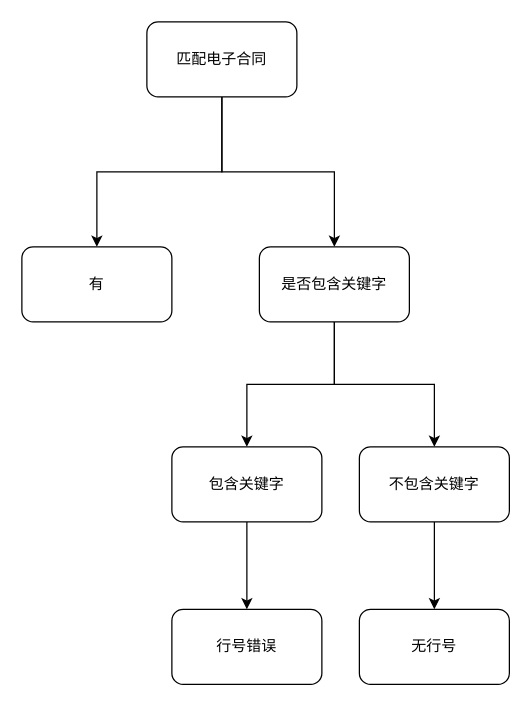
Before: 匹配无行号逻辑.drawio in ammengke/my-drawio, a draw.io diagram. Source tidied: cells renumbered, new cells numbered last; positions are measured from the earlier drawing's top-left corner, leaving out a move shared by most shapes. Both pictures are drawn from the tidied source at 125%, with x=0, y=0 at pixel (21, 21).
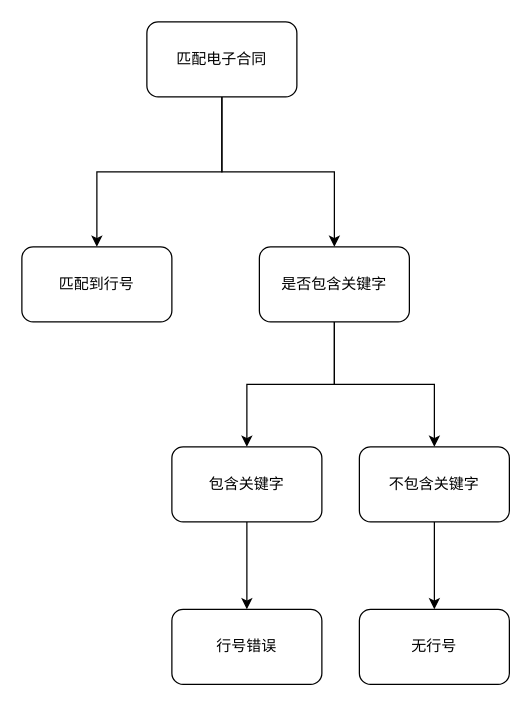
Above is the later version.

Commit message (it also covers changes not shown here):
Update 匹配无行号逻辑.drawio

Change to the diagram source:
```diff
@@
 <mxGraphModel>
   <root>
     <mxCell id="0" />
     <mxCell id="1" parent="0" />
     <mxCell id="2" style="edgeStyle=orthogonalEdgeStyle;rounded=0;jettySize=auto;html=1;" parent="1" edge="1" source="4" target="8">
       <mxGeometry relative="1" as="geometry" />
     </mxCell>
     <mxCell id="3" style="edgeStyle=orthogonalEdgeStyle;rounded=0;jettySize=auto;html=1;" parent="1" edge="1" source="4" target="5">
       <mxGeometry relative="1" as="geometry" />
     </mxCell>
     <mxCell id="4" value="匹配电子合同" style="rounded=1;whiteSpace=wrap;html=1;" parent="1" vertex="1">
       <mxGeometry x="100" width="120" height="60" as="geometry" />
     </mxCell>
-    <mxCell id="5" value="有" style="rounded=1;whiteSpace=wrap;html=1;" parent="1" vertex="1">
+    <mxCell id="5" value="匹配到行号" style="rounded=1;whiteSpace=wrap;html=1;" parent="1" vertex="1">
       <mxGeometry y="180" width="120" height="60" as="geometry" />
     </mxCell>
     <mxCell id="6" style="edgeStyle=orthogonalEdgeStyle;rounded=0;jettySize=auto;html=1;" parent="1" edge="1" source="8" target="10">
       <mxGeometry relative="1" as="geometry" />
     </mxCell>
     <mxCell id="7" style="edgeStyle=orthogonalEdgeStyle;rounded=0;jettySize=auto;html=1;" parent="1" edge="1" source="8" target="12">
       <mxGeometry relative="1" as="geometry" />
     </mxCell>
     <mxCell id="8" value="是否包含关键字" style="rounded=1;whiteSpace=wrap;html=1;" parent="1" vertex="1">
       <mxGeometry x="190" y="180" width="120" height="60" as="geometry" />
     </mxCell>
     <mxCell id="9" style="edgeStyle=orthogonalEdgeStyle;rounded=0;jettySize=auto;html=1;" parent="1" edge="1" source="10" target="14">
       <mxGeometry relative="1" as="geometry" />
     </mxCell>
     <mxCell id="10" value="包含关键字" style="rounded=1;whiteSpace=wrap;html=1;" parent="1" vertex="1">
       <mxGeometry x="120" y="340" width="120" height="60" as="geometry" />
     </mxCell>
     <mxCell id="11" style="edgeStyle=orthogonalEdgeStyle;rounded=0;jettySize=auto;html=1;" parent="1" edge="1" source="12" target="13">
       <mxGeometry relative="1" as="geometry" />
     </mxCell>
     <mxCell id="12" value="不包含关键字" style="rounded=1;whiteSpace=wrap;html=1;" parent="1" vertex="1">
       <mxGeometry x="270" y="340" width="120" height="60" as="geometry" />
     </mxCell>
     <mxCell id="13" value="无行号" style="rounded=1;whiteSpace=wrap;html=1;" parent="1" vertex="1">
       <mxGeometry x="270" y="470" width="120" height="60" as="geometry" />
     </mxCell>
     <mxCell id="14" value="行号错误" style="rounded=1;whiteSpace=wrap;html=1;" parent="1" vertex="1">
       <mxGeometry x="120" y="470" width="120" height="60" as="geometry" />
     </mxCell>
   </root>
 </mxGraphModel>
```
